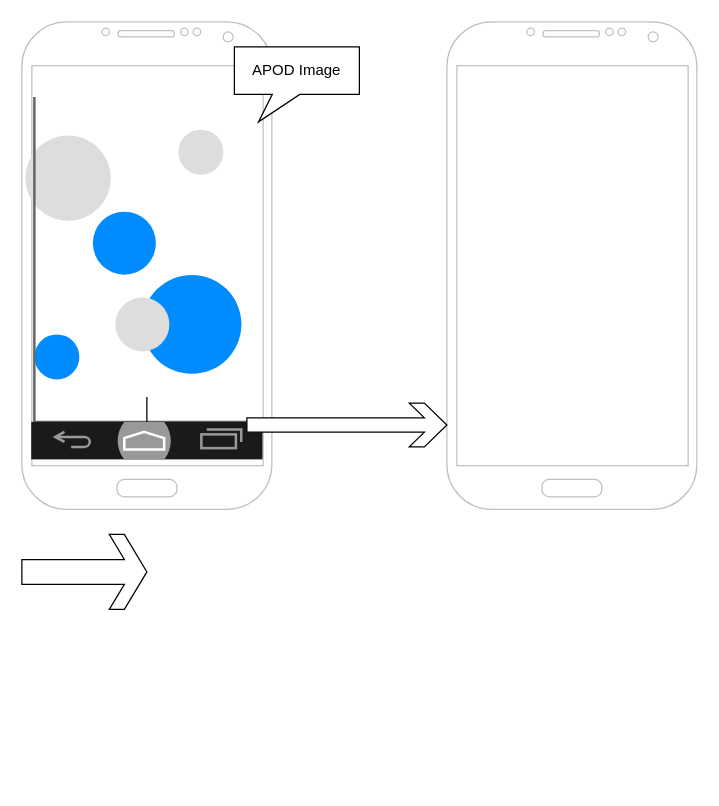
Earlier version of the draw.io diagram docs/Untitled Diagram.drawio (stevezun/nasa-apod-v2). Source tidied: cells renumbered, new cells numbered last; positions are measured from the earlier drawing's top-left corner, leaving out a move shared by most shapes. Both pictures are drawn from the tidied source at 125%, with x=0, y=0 at pixel (21, 21).
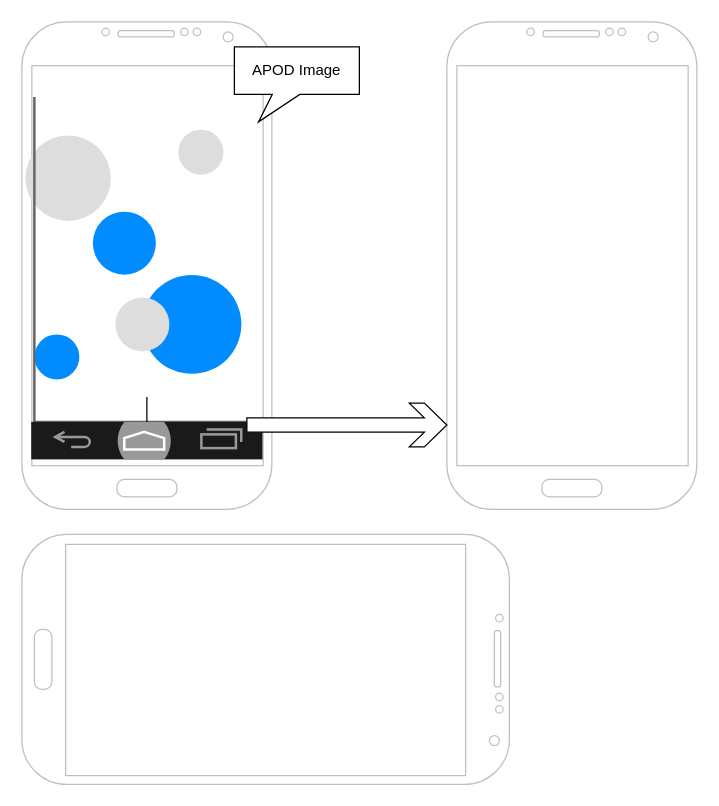
The same page after the edit.

Change to the diagram source:
```diff
@@
 <mxGraphModel>
   <root>
     <mxCell id="0" />
     <mxCell id="1" parent="0" />
     <mxCell id="2" style="verticalLabelPosition=bottom;verticalAlign=top;html=1;shadow=0;dashed=0;strokeWidth=1;shape=mxgraph.android.phone2;strokeColor=#c0c0c0;" parent="1" vertex="1">
       <mxGeometry width="200" height="390" as="geometry" />
     </mxCell>
     <mxCell id="3" style="verticalLabelPosition=bottom;shadow=0;dashed=0;align=center;html=1;verticalAlign=top;strokeWidth=1;shape=mxgraph.mockup.graphics.bubbleChart;strokeColor=none;strokeColor2=none;strokeColor3=#666666;fillColor2=#008cff;fillColor3=#dddddd;" parent="1" vertex="1">
       <mxGeometry x="10" y="60" width="180" height="260" as="geometry" />
     </mxCell>
     <mxCell id="4" value="APOD Image" style="whiteSpace=wrap;html=1;shape=mxgraph.basic.rectCallout;dx=41.33;dy=22;boundedLbl=1;" parent="1" vertex="1">
       <mxGeometry x="170" y="20" width="100" height="60" as="geometry" />
     </mxCell>
     <mxCell id="5" style="edgeStyle=orthogonalEdgeStyle;rounded=0;jettySize=auto;html=1;" parent="1" edge="1" source="6" target="3">
       <mxGeometry relative="1" as="geometry" />
     </mxCell>
     <mxCell id="6" style="verticalLabelPosition=bottom;verticalAlign=top;html=1;shadow=0;dashed=0;strokeWidth=2;shape=mxgraph.android.navigation_bar_3;fillColor=#1A1A1A;strokeColor=#999999;" parent="1" vertex="1">
       <mxGeometry x="7.5" y="320" width="185" height="30" as="geometry" />
     </mxCell>
     <mxCell id="7" style="verticalLabelPosition=bottom;verticalAlign=top;html=1;shadow=0;dashed=0;strokeWidth=1;shape=mxgraph.android.phone2;strokeColor=#c0c0c0;" parent="1" vertex="1">
       <mxGeometry x="340" width="200" height="390" as="geometry" />
     </mxCell>
-    <mxCell id="8" style="html=1;shadow=0;dashed=0;align=center;verticalAlign=middle;shape=mxgraph.arrows2.sharpArrow;dy1=0.67;dx1=18;dx2=18;notch=0;" parent="1" vertex="1">
-      <mxGeometry y="410" width="100" height="60" as="geometry" />
-    </mxCell>
     <mxCell id="9" style="html=1;shadow=0;dashed=0;align=center;verticalAlign=middle;shape=mxgraph.arrows2.sharpArrow;dy1=0.67;dx1=18;dx2=18;notch=0;" parent="1" vertex="1">
       <mxGeometry x="180" y="305" width="160" height="35" as="geometry" />
     </mxCell>
+    <mxCell id="10" style="verticalLabelPosition=bottom;verticalAlign=top;html=1;shadow=0;dashed=0;strokeWidth=1;shape=mxgraph.android.phone2;strokeColor=#c0c0c0;direction=south;" parent="1" vertex="1">
+      <mxGeometry y="410" width="390" height="200" as="geometry" />
+    </mxCell>
   </root>
 </mxGraphModel>
```
